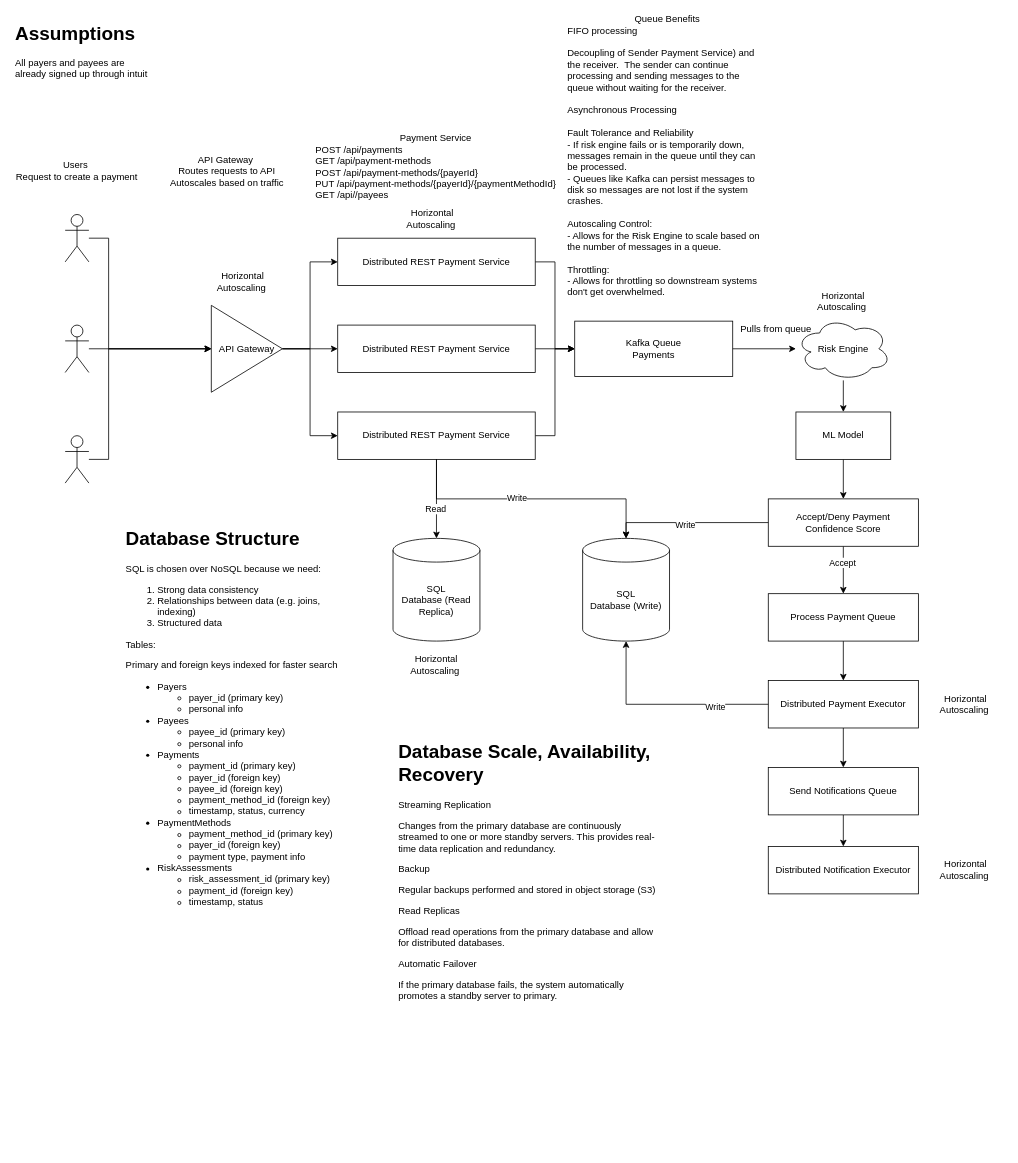
Before: Design.drawio in 34iog/PaymentsAPI, a draw.io diagram. Source tidied: cells renumbered, new cells numbered last; positions are measured from the earlier drawing's top-left corner, leaving out a move shared by most shapes. Both pictures are drawn from the tidied source at 79%, with x=0, y=0 at pixel (13, 17).
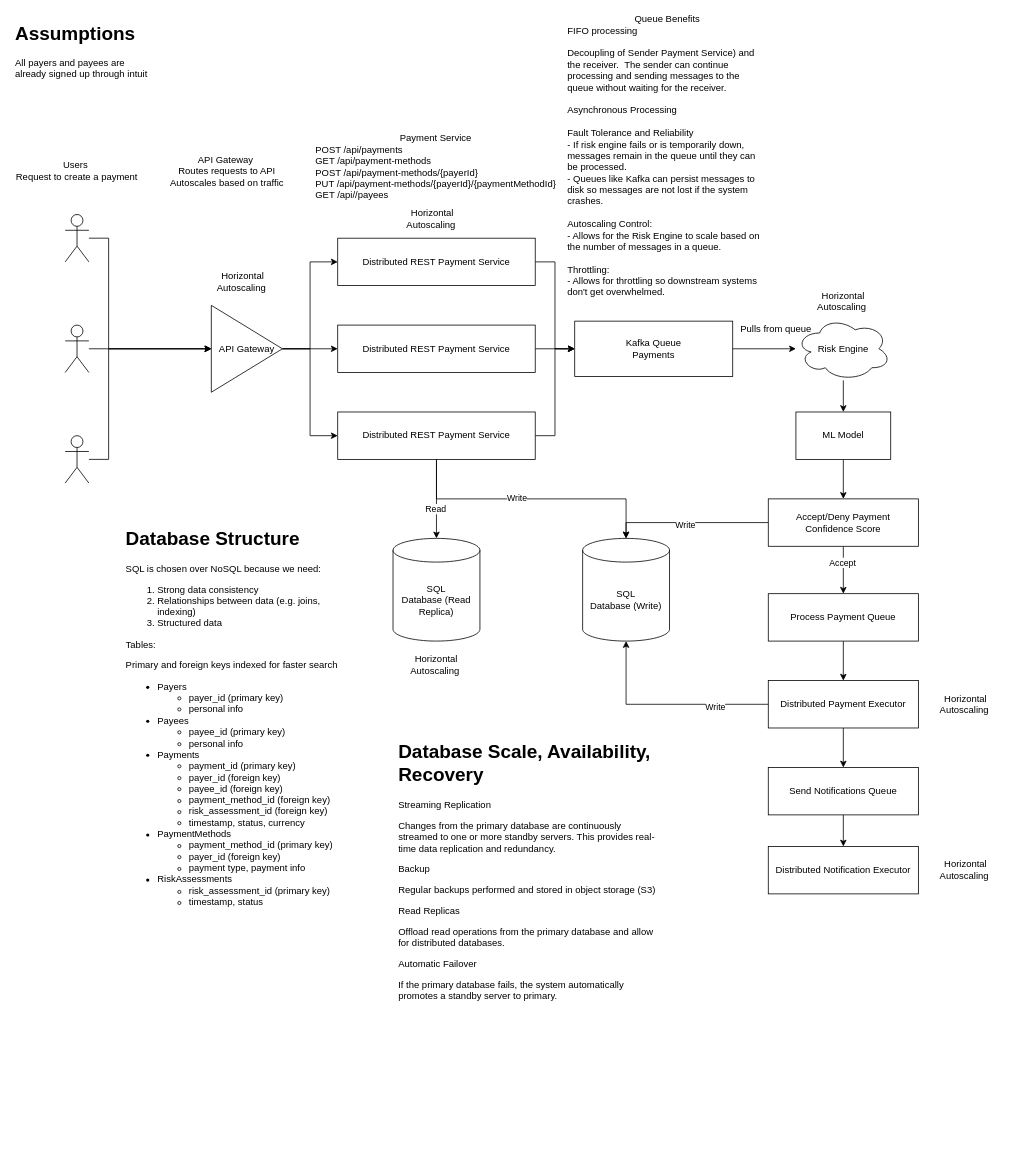
The same diagram, later.

Change to the diagram source:
```diff
@@
-    <mxCell id="50" value="&lt;h1 style=&quot;margin-top: 0px;&quot;&gt;Database Structure&lt;/h1&gt;&lt;p&gt;SQL is chosen over NoSQL because we need:&lt;/p&gt;&lt;p&gt;&lt;/p&gt;&lt;ol&gt;&lt;li&gt;Strong data consistency&lt;br&gt;&lt;/li&gt;&lt;li&gt;Relationships between data (e.g. joins, indexing)&amp;nbsp;&lt;br&gt;&lt;/li&gt;&lt;li&gt;Structured data&lt;/li&gt;&lt;/ol&gt;&lt;p&gt;&lt;/p&gt;&lt;p&gt;Tables:&lt;/p&gt;&lt;p&gt;Primary and foreign keys indexed for faster search &amp;nbsp;&lt;/p&gt;&lt;p&gt;&lt;/p&gt;&lt;ul&gt;&lt;li&gt;Payers&lt;/li&gt;&lt;ul&gt;&lt;li&gt;payer_id (primary key)&lt;/li&gt;&lt;li&gt;personal info&lt;/li&gt;&lt;/ul&gt;&lt;li&gt;Payees&lt;br&gt;&lt;/li&gt;&lt;ul&gt;&lt;li&gt;payee_id (primary key)&lt;/li&gt;&lt;li&gt;personal info&lt;/li&gt;&lt;/ul&gt;&lt;li&gt;Payments&lt;br&gt;&lt;/li&gt;&lt;ul&gt;&lt;li&gt;payment_id (primary key)&lt;/li&gt;&lt;li&gt;payer_id (foreign key)&lt;/li&gt;&lt;li&gt;payee_id (foreign key)&lt;/li&gt;&lt;li&gt;payment_method_id (foreign key)&lt;/li&gt;&lt;li&gt;timestamp, status, currency&lt;/li&gt;&lt;/ul&gt;&lt;li&gt;PaymentMethods&lt;br&gt;&lt;/li&gt;&lt;ul&gt;&lt;li&gt;payment_method_id (primary key)&lt;/li&gt;&lt;li&gt;payer_id (foreign key)&lt;/li&gt;&lt;li&gt;payment type, payment info&lt;/li&gt;&lt;/ul&gt;&lt;li&gt;RiskAssessments&lt;br&gt;&lt;/li&gt;&lt;ul&gt;&lt;li&gt;risk_assessment_id (primary key)&lt;/li&gt;&lt;li&gt;payment_id (foreign key)&lt;/li&gt;&lt;li&gt;timestamp, status&lt;/li&gt;&lt;/ul&gt;&lt;/ul&gt;&lt;p&gt;&lt;/p&gt;" style="text;html=1;whiteSpace=wrap;overflow=hidden;rounded=0;" parent="1" vertex="1">
+    <mxCell id="50" value="&lt;h1 style=&quot;margin-top: 0px;&quot;&gt;Database Structure&lt;/h1&gt;&lt;p&gt;SQL is chosen over NoSQL because we need:&lt;/p&gt;&lt;p&gt;&lt;/p&gt;&lt;ol&gt;&lt;li&gt;Strong data consistency&lt;br&gt;&lt;/li&gt;&lt;li&gt;Relationships between data (e.g. joins, indexing)&amp;nbsp;&lt;br&gt;&lt;/li&gt;&lt;li&gt;Structured data&lt;/li&gt;&lt;/ol&gt;&lt;p&gt;&lt;/p&gt;&lt;p&gt;Tables:&lt;/p&gt;&lt;p&gt;Primary and foreign keys indexed for faster search &amp;nbsp;&lt;/p&gt;&lt;p&gt;&lt;/p&gt;&lt;ul&gt;&lt;li&gt;Payers&lt;/li&gt;&lt;ul&gt;&lt;li&gt;payer_id (primary key)&lt;/li&gt;&lt;li&gt;personal info&lt;/li&gt;&lt;/ul&gt;&lt;li&gt;Payees&lt;br&gt;&lt;/li&gt;&lt;ul&gt;&lt;li&gt;payee_id (primary key)&lt;/li&gt;&lt;li&gt;personal info&lt;/li&gt;&lt;/ul&gt;&lt;li&gt;Payments&lt;br&gt;&lt;/li&gt;&lt;ul&gt;&lt;li&gt;payment_id (primary key)&lt;/li&gt;&lt;li&gt;payer_id (foreign key)&lt;/li&gt;&lt;li&gt;payee_id (foreign key)&lt;/li&gt;&lt;li&gt;payment_method_id (foreign key)&lt;/li&gt;&lt;li&gt;risk_assessment_id (foreign key)&lt;/li&gt;&lt;li&gt;timestamp, status, currency&lt;/li&gt;&lt;/ul&gt;&lt;li&gt;PaymentMethods&lt;br&gt;&lt;/li&gt;&lt;ul&gt;&lt;li&gt;payment_method_id (primary key)&lt;/li&gt;&lt;li&gt;payer_id (foreign key)&lt;/li&gt;&lt;li&gt;payment type, payment info&lt;/li&gt;&lt;/ul&gt;&lt;li&gt;RiskAssessments&lt;br&gt;&lt;/li&gt;&lt;ul&gt;&lt;li&gt;risk_assessment_id (primary key)&lt;/li&gt;&lt;li&gt;timestamp, status&lt;br&gt;&lt;/li&gt;&lt;/ul&gt;&lt;/ul&gt;&lt;p&gt;&lt;/p&gt;" style="text;html=1;whiteSpace=wrap;overflow=hidden;rounded=0;" parent="1" vertex="1">
       <mxGeometry x="140" y="640" width="300" height="500" as="geometry" />
     </mxCell>
```
